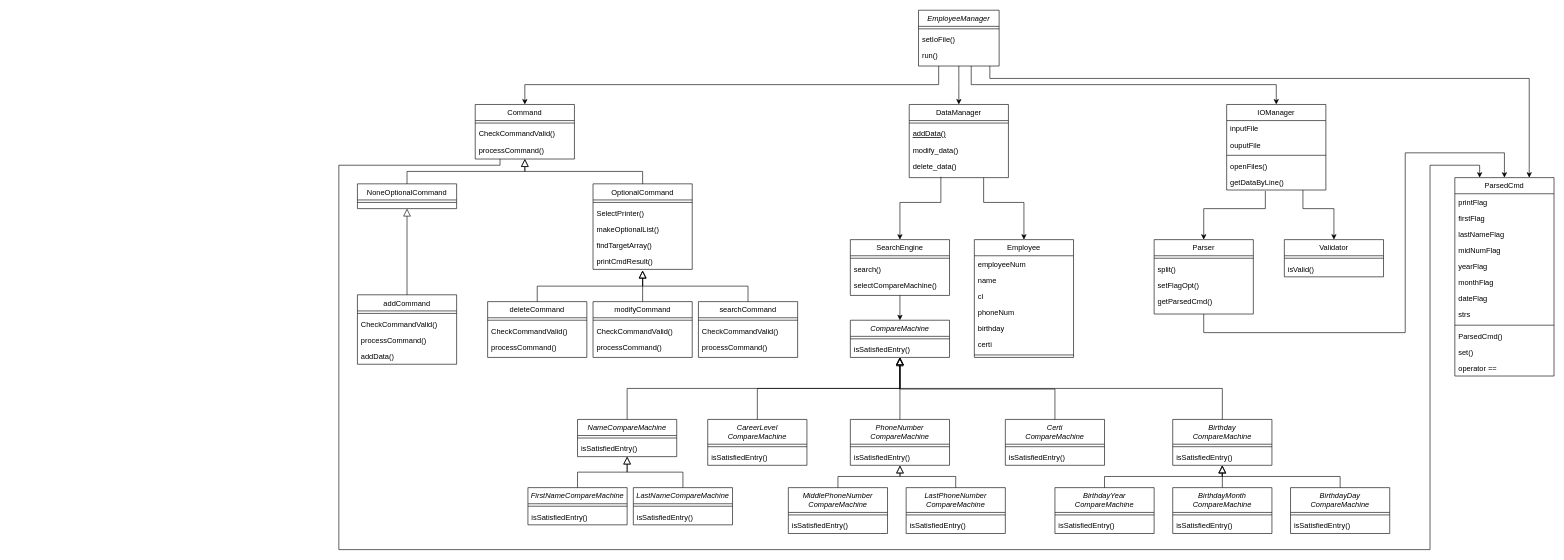
ShineSoYoung/CRA keeps this draw.io diagram as E-Project/document/Class Diagram.drawio. Above is the earlier version. Source tidied: cells renumbered, new cells numbered last; positions are measured from the earlier drawing's top-left corner, leaving out a move shared by most shapes. Both pictures are drawn from the tidied source at 62%, with x=0, y=0 at pixel (339, 10).
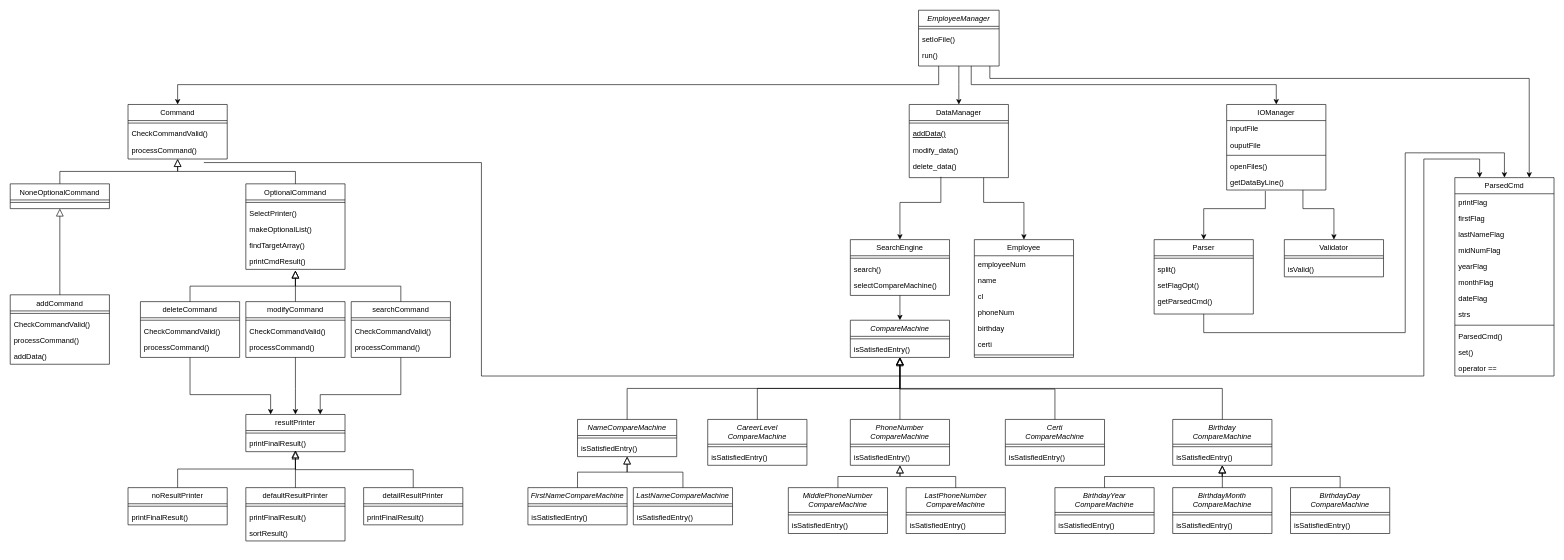
The same page after the edit.

Unchanged cells that the change refers to:
```xml
<mxCell id="9" value="processCommand()" style="text;align=left;verticalAlign=top;spacingLeft=4;spacingRight=4;overflow=hidden;points=[[0,0.5],[1,0.5]];portConstraint=eastwest;" parent="6" vertex="1">
  <mxGeometry y="60" width="160" height="26" as="geometry" />
</mxCell>
<mxCell id="61" value="processCommand()" style="text;align=left;verticalAlign=top;spacingLeft=4;spacingRight=4;overflow=hidden;points=[[0,0.5],[1,0.5]];portConstraint=eastwest;" parent="58" vertex="1">
  <mxGeometry y="60" width="160" height="26" as="geometry" />
</mxCell>
<mxCell id="130" value="ParsedCmd" style="swimlane;fontStyle=0;align=center;verticalAlign=top;horizontal=1;startSize=26;rounded=0;shadow=0;strokeWidth=1;" parent="1" vertex="1">
  <mxGeometry x="1800" y="270" width="160" height="320" as="geometry" />
</mxCell>
```

Diff of the diagram source:
```diff
@@
     <mxCell id="6" value="Command" style="swimlane;fontStyle=0;align=center;verticalAlign=top;horizontal=1;startSize=26;rounded=0;shadow=0;strokeWidth=1;" parent="1" vertex="1">
-      <mxGeometry x="220" y="152" width="160" height="88" as="geometry" />
+      <mxGeometry x="-340" y="152" width="160" height="88" as="geometry" />
     </mxCell>
@@
     <mxCell id="35" value="NoneOptionalCommand" style="swimlane;fontStyle=0;align=center;verticalAlign=top;horizontal=1;startSize=26;rounded=0;shadow=0;strokeWidth=1;" parent="1" vertex="1">
-      <mxGeometry x="30" y="280" width="160" height="40" as="geometry" />
+      <mxGeometry x="-530" y="280" width="160" height="40" as="geometry" />
     </mxCell>
@@
     <mxCell id="37" value="OptionalCommand" style="swimlane;fontStyle=0;align=center;verticalAlign=top;horizontal=1;startSize=26;rounded=0;shadow=0;strokeWidth=1;" parent="1" vertex="1">
-      <mxGeometry x="410" y="280" width="160" height="138" as="geometry" />
+      <mxGeometry x="-150" y="280" width="160" height="138" as="geometry" />
     </mxCell>
@@
     <mxCell id="44" style="endArrow=block;endSize=10;endFill=0;shadow=0;strokeWidth=1;rounded=0;edgeStyle=elbowEdgeStyle;elbow=vertical;exitX=0.5;exitY=0;exitDx=0;exitDy=0;" parent="1" edge="1" source="37">
       <mxGeometry relative="1" as="geometry">
-        <mxPoint x="300" y="240" as="targetPoint" />
+        <mxPoint x="-260" y="240" as="targetPoint" />
       </mxGeometry>
     </mxCell>
     <mxCell id="45" value="addCommand" style="swimlane;fontStyle=0;align=center;verticalAlign=top;horizontal=1;startSize=26;rounded=0;shadow=0;strokeWidth=1;" parent="1" vertex="1">
-      <mxGeometry x="30" y="459" width="160" height="112" as="geometry" />
+      <mxGeometry x="-530" y="459" width="160" height="112" as="geometry" />
     </mxCell>
@@
     <mxCell id="50" value="deleteCommand" style="swimlane;fontStyle=0;align=center;verticalAlign=top;horizontal=1;startSize=26;rounded=0;shadow=0;strokeWidth=1;" parent="1" vertex="1">
-      <mxGeometry x="240" y="470" width="160" height="90" as="geometry" />
+      <mxGeometry x="-320" y="470" width="160" height="90" as="geometry" />
     </mxCell>
@@
     <mxCell id="54" value="modifyCommand" style="swimlane;fontStyle=0;align=center;verticalAlign=top;horizontal=1;startSize=26;rounded=0;shadow=0;strokeWidth=1;" parent="1" vertex="1">
-      <mxGeometry x="410" y="470" width="160" height="90" as="geometry" />
+      <mxGeometry x="-150" y="470" width="160" height="90" as="geometry" />
     </mxCell>
@@
     <mxCell id="58" value="searchCommand" style="swimlane;fontStyle=0;align=center;verticalAlign=top;horizontal=1;startSize=26;rounded=0;shadow=0;strokeWidth=1;" parent="1" vertex="1">
-      <mxGeometry x="580" y="470" width="160" height="90" as="geometry" />
+      <mxGeometry x="20" y="470" width="160" height="90" as="geometry" />
     </mxCell>
@@
     <mxCell id="62" style="endArrow=block;endSize=10;endFill=0;shadow=0;strokeWidth=1;rounded=0;edgeStyle=elbowEdgeStyle;elbow=vertical;exitX=0.5;exitY=0;exitDx=0;exitDy=0;" parent="1" edge="1" source="58">
       <mxGeometry relative="1" as="geometry">
-        <mxPoint x="490" y="420" as="targetPoint" />
+        <mxPoint x="-70" y="420" as="targetPoint" />
       </mxGeometry>
     </mxCell>
     <mxCell id="63" style="endArrow=block;endSize=10;endFill=0;shadow=0;strokeWidth=1;rounded=0;edgeStyle=elbowEdgeStyle;elbow=vertical;exitX=0.5;exitY=0;exitDx=0;exitDy=0;" parent="1" edge="1" source="54">
       <mxGeometry relative="1" as="geometry">
-        <mxPoint x="490" y="420" as="targetPoint" />
+        <mxPoint x="-70" y="420" as="targetPoint" />
       </mxGeometry>
     </mxCell>
     <mxCell id="64" style="endArrow=block;endSize=10;endFill=0;shadow=0;strokeWidth=1;rounded=0;edgeStyle=elbowEdgeStyle;elbow=vertical;exitX=0.5;exitY=0;exitDx=0;exitDy=0;" parent="1" edge="1" source="50">
       <mxGeometry relative="1" as="geometry">
-        <mxPoint x="490" y="420" as="targetPoint" />
+        <mxPoint x="-70" y="420" as="targetPoint" />
       </mxGeometry>
     </mxCell>
@@
-    <mxCell id="143" style="endArrow=classic;endFill=1;shadow=0;strokeWidth=1;rounded=0;edgeStyle=orthogonalEdgeStyle;elbow=vertical;entryX=0.25;entryY=0;entryDx=0;entryDy=0;" parent="1" edge="1" target="130">
-      <mxGeometry relative="1" as="geometry">
-        <mxPoint x="260" y="240" as="sourcePoint" />
-        <Array as="points">
-          <mxPoint x="260" y="250" />
-          <mxPoint y="250" />
-          <mxPoint y="870" />
-          <mxPoint x="1760" y="870" />
-          <mxPoint x="1760" y="250" />
-          <mxPoint x="1840" y="250" />
-        </Array>
-      </mxGeometry>
-    </mxCell>
@@
+    <mxCell id="147" value="resultPrinter" style="swimlane;fontStyle=0;align=center;verticalAlign=top;horizontal=1;startSize=26;rounded=0;shadow=0;strokeWidth=1;" parent="1" vertex="1">
+      <mxGeometry x="-150" y="652" width="160" height="60" as="geometry" />
+    </mxCell>
+    <mxCell id="148" style="line;html=1;strokeWidth=1;align=left;verticalAlign=middle;spacingTop=-1;spacingLeft=3;spacingRight=3;labelPosition=right;" parent="147" vertex="1">
+      <mxGeometry y="26" width="160" height="8" as="geometry" />
+    </mxCell>
+    <mxCell id="149" value="printFinalResult()" style="text;align=left;verticalAlign=top;spacingLeft=4;spacingRight=4;overflow=hidden;points=[[0,0.5],[1,0.5]];portConstraint=eastwest;" parent="147" vertex="1">
+      <mxGeometry y="34" width="160" height="26" as="geometry" />
+    </mxCell>
+    <mxCell id="150" style="endArrow=classic;endFill=1;shadow=0;strokeWidth=1;rounded=0;edgeStyle=elbowEdgeStyle;elbow=vertical;exitX=0.5;exitY=1.154;exitDx=0;exitDy=0;entryX=0.75;entryY=0;entryDx=0;entryDy=0;exitPerimeter=0;" parent="1" edge="1" source="61" target="147">
+      <mxGeometry relative="1" as="geometry">
+        <Array as="points">
+          <mxPoint x="90" y="620" />
+        </Array>
+      </mxGeometry>
+    </mxCell>
+    <mxCell id="151" style="endArrow=classic;endFill=1;shadow=0;strokeWidth=1;rounded=0;edgeStyle=elbowEdgeStyle;elbow=vertical;exitX=0.5;exitY=1;exitDx=0;exitDy=0;entryX=0.5;entryY=0;entryDx=0;entryDy=0;" parent="1" edge="1" source="54" target="147">
+      <mxGeometry relative="1" as="geometry">
+        <Array as="points">
+          <mxPoint x="-50" y="610" />
+        </Array>
+      </mxGeometry>
+    </mxCell>
+    <mxCell id="152" style="endArrow=classic;endFill=1;shadow=0;strokeWidth=1;rounded=0;edgeStyle=elbowEdgeStyle;elbow=vertical;exitX=0.5;exitY=1;exitDx=0;exitDy=0;entryX=0.25;entryY=0;entryDx=0;entryDy=0;" parent="1" edge="1" source="50" target="147">
+      <mxGeometry relative="1" as="geometry">
+        <Array as="points">
+          <mxPoint x="-40" y="620" />
+        </Array>
+      </mxGeometry>
+    </mxCell>
+    <mxCell id="153" value="defaultResultPrinter" style="swimlane;fontStyle=0;align=center;verticalAlign=top;horizontal=1;startSize=26;rounded=0;shadow=0;strokeWidth=1;" parent="1" vertex="1">
+      <mxGeometry x="-150" y="770" width="160" height="86" as="geometry" />
+    </mxCell>
+    <mxCell id="154" style="line;html=1;strokeWidth=1;align=left;verticalAlign=middle;spacingTop=-1;spacingLeft=3;spacingRight=3;labelPosition=right;" parent="153" vertex="1">
+      <mxGeometry y="26" width="160" height="8" as="geometry" />
+    </mxCell>
+    <mxCell id="155" value="printFinalResult()" style="text;align=left;verticalAlign=top;spacingLeft=4;spacingRight=4;overflow=hidden;" parent="153" vertex="1">
+      <mxGeometry y="34" width="160" height="26" as="geometry" />
+    </mxCell>
+    <mxCell id="156" value="sortResult()" style="text;align=left;verticalAlign=top;spacingLeft=4;spacingRight=4;overflow=hidden;" parent="153" vertex="1">
+      <mxGeometry y="60" width="160" height="26" as="geometry" />
+    </mxCell>
+    <mxCell id="157" value="detailResultPrinter" style="swimlane;fontStyle=0;align=center;verticalAlign=top;horizontal=1;startSize=26;rounded=0;shadow=0;strokeWidth=1;" parent="1" vertex="1">
+      <mxGeometry x="40" y="770" width="160" height="60" as="geometry" />
+    </mxCell>
+    <mxCell id="158" style="line;html=1;strokeWidth=1;align=left;verticalAlign=middle;spacingTop=-1;spacingLeft=3;spacingRight=3;labelPosition=right;" parent="157" vertex="1">
+      <mxGeometry y="26" width="160" height="8" as="geometry" />
+    </mxCell>
+    <mxCell id="159" value="printFinalResult()" style="text;align=left;verticalAlign=top;spacingLeft=4;spacingRight=4;overflow=hidden;" parent="157" vertex="1">
+      <mxGeometry y="34" width="160" height="26" as="geometry" />
+    </mxCell>
+    <mxCell id="160" value="noResultPrinter" style="swimlane;fontStyle=0;align=center;verticalAlign=top;horizontal=1;startSize=26;rounded=0;shadow=0;strokeWidth=1;" parent="1" vertex="1">
+      <mxGeometry x="-340" y="770" width="160" height="60" as="geometry" />
+    </mxCell>
+    <mxCell id="161" style="line;html=1;strokeWidth=1;align=left;verticalAlign=middle;spacingTop=-1;spacingLeft=3;spacingRight=3;labelPosition=right;" parent="160" vertex="1">
+      <mxGeometry y="26" width="160" height="8" as="geometry" />
+    </mxCell>
+    <mxCell id="162" value="printFinalResult()" style="text;align=left;verticalAlign=top;spacingLeft=4;spacingRight=4;overflow=hidden;" parent="160" vertex="1">
+      <mxGeometry y="34" width="160" height="26" as="geometry" />
+    </mxCell>
+    <mxCell id="163" style="endArrow=block;endSize=10;endFill=0;shadow=0;strokeWidth=1;rounded=0;edgeStyle=elbowEdgeStyle;elbow=vertical;exitX=0.5;exitY=0;exitDx=0;exitDy=0;" parent="1" edge="1" source="157" target="149">
+      <mxGeometry relative="1" as="geometry" />
+    </mxCell>
+    <mxCell id="164" style="endArrow=block;endSize=10;endFill=0;shadow=0;strokeWidth=1;rounded=0;edgeStyle=elbowEdgeStyle;elbow=vertical;exitX=0.5;exitY=0;exitDx=0;exitDy=0;" parent="1" edge="1" source="153">
+      <mxGeometry relative="1" as="geometry">
+        <mxPoint x="-70" y="710" as="targetPoint" />
+      </mxGeometry>
+    </mxCell>
+    <mxCell id="165" style="endArrow=block;endSize=10;endFill=0;shadow=0;strokeWidth=1;rounded=0;edgeStyle=elbowEdgeStyle;elbow=vertical;exitX=0.5;exitY=0;exitDx=0;exitDy=0;" parent="1" edge="1" source="160">
+      <mxGeometry relative="1" as="geometry">
+        <mxPoint x="-70" y="710" as="targetPoint" />
+      </mxGeometry>
+    </mxCell>
+    <mxCell id="166" style="endArrow=classic;endFill=1;shadow=0;strokeWidth=1;rounded=0;edgeStyle=orthogonalEdgeStyle;elbow=vertical;exitX=0.764;exitY=1.297;exitDx=0;exitDy=0;exitPerimeter=0;entryX=0.25;entryY=0;entryDx=0;entryDy=0;" parent="1" edge="1" source="9" target="130">
+      <mxGeometry relative="1" as="geometry">
+        <Array as="points">
+          <mxPoint x="230" y="246" />
+          <mxPoint x="230" y="590" />
+          <mxPoint x="1750" y="590" />
+          <mxPoint x="1750" y="240" />
+          <mxPoint x="1840" y="240" />
+        </Array>
+      </mxGeometry>
+    </mxCell>
```
